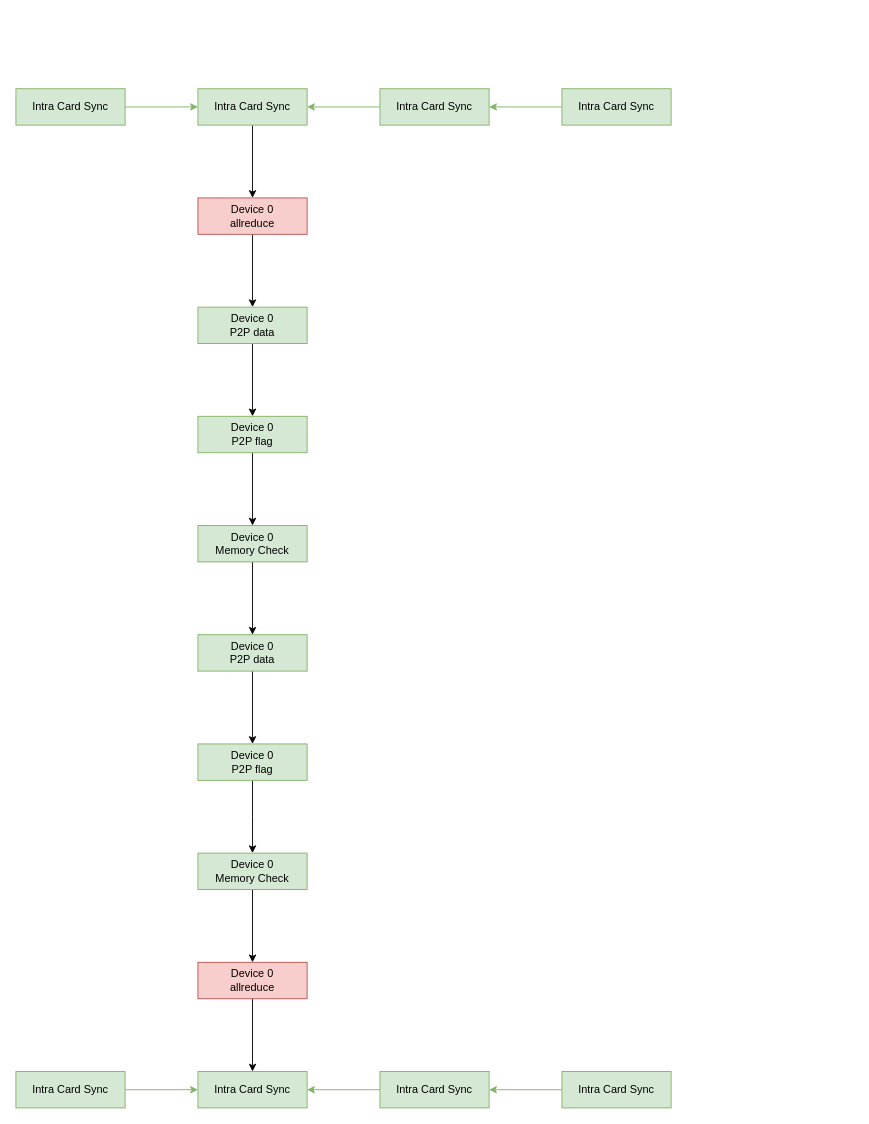
The draw.io diagram TCCL/TCCL_SYNC/DeviceSyncLatency.drawio in BEYHHH/SBLP, before the edit. Source tidied: cells renumbered, new cells numbered last; positions are measured from the earlier drawing's top-left corner, leaving out a move shared by most shapes. Both pictures are drawn from the tidied source at 91%, with x=0, y=0 at pixel (15, 88).
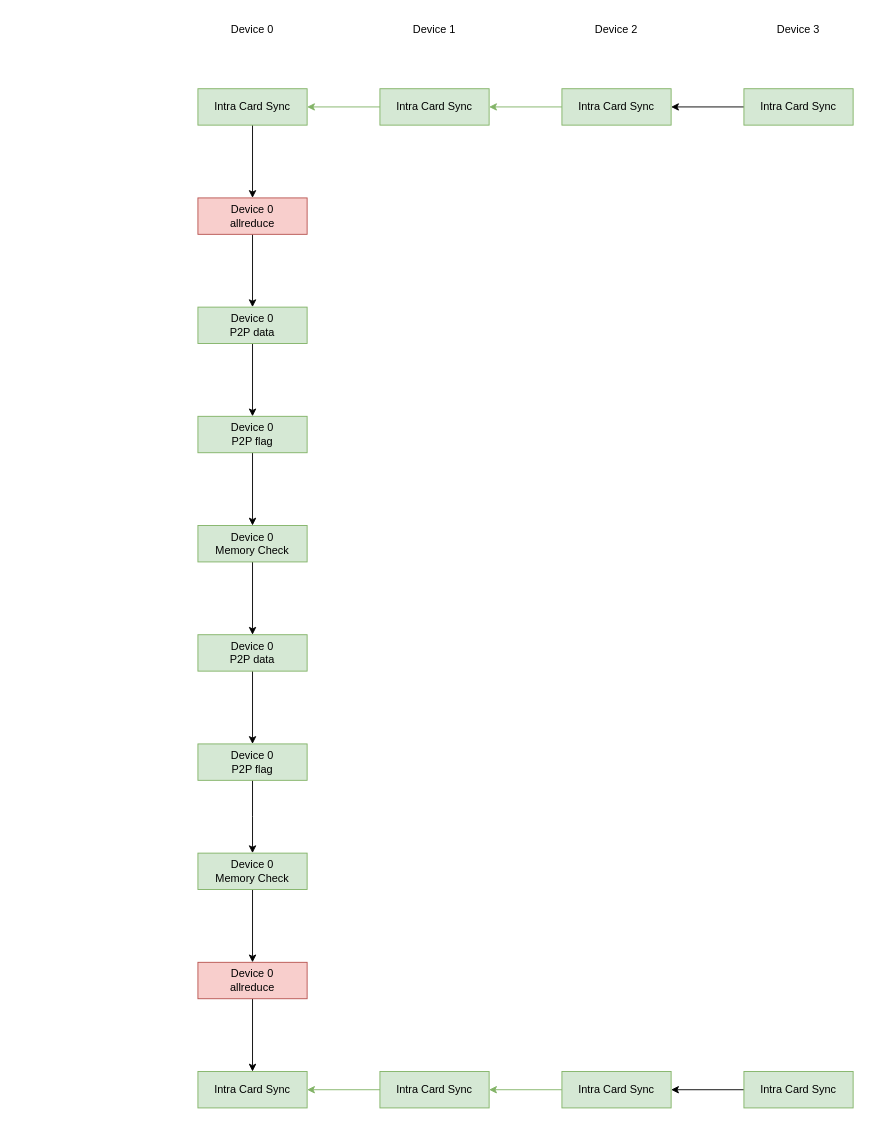
Above is the later version.

Unchanged cells that the change refers to:
```xml
<mxCell id="3" value="Intra Card Sync" style="rounded=0;whiteSpace=wrap;html=1;fillColor=#d5e8d4;strokeColor=#82b366;" parent="1" vertex="1">
  <mxGeometry x="200" width="120" height="40" as="geometry" />
</mxCell>
<mxCell id="17" value="Intra Card Sync" style="rounded=0;whiteSpace=wrap;html=1;fillColor=#d5e8d4;strokeColor=#82b366;" parent="1" vertex="1">
  <mxGeometry x="600" width="120" height="40" as="geometry" />
</mxCell>
<mxCell id="24" value="Intra Card Sync" style="rounded=0;whiteSpace=wrap;html=1;fillColor=#d5e8d4;strokeColor=#82b366;" parent="1" vertex="1">
  <mxGeometry x="200" y="1080" width="120" height="40" as="geometry" />
</mxCell>
<mxCell id="28" value="Intra Card Sync" style="rounded=0;whiteSpace=wrap;html=1;fillColor=#d5e8d4;strokeColor=#82b366;" parent="1" vertex="1">
  <mxGeometry x="600" y="1080" width="120" height="40" as="geometry" />
</mxCell>
```

What changed in the source:
```diff
@@
-    <mxCell id="18" style="edgeStyle=orthogonalEdgeStyle;rounded=0;jettySize=auto;html=1;fillColor=#d5e8d4;strokeColor=#82b366;" parent="1" edge="1" source="19" target="3">
-      <mxGeometry relative="1" as="geometry" />
-    </mxCell>
-    <mxCell id="19" value="Intra Card Sync" style="rounded=0;whiteSpace=wrap;html=1;fillColor=#d5e8d4;strokeColor=#82b366;" parent="1" vertex="1">
-      <mxGeometry width="120" height="40" as="geometry" />
-    </mxCell>
@@
-    <mxCell id="29" style="edgeStyle=orthogonalEdgeStyle;rounded=0;jettySize=auto;html=1;fillColor=#d5e8d4;strokeColor=#82b366;" parent="1" edge="1" source="30" target="24">
-      <mxGeometry relative="1" as="geometry" />
-    </mxCell>
-    <mxCell id="30" value="Intra Card Sync" style="rounded=0;whiteSpace=wrap;html=1;fillColor=#d5e8d4;strokeColor=#82b366;" parent="1" vertex="1">
-      <mxGeometry y="1080" width="120" height="40" as="geometry" />
-    </mxCell>
@@
+    <mxCell id="33" style="edgeStyle=orthogonalEdgeStyle;rounded=0;jettySize=auto;html=1;" parent="1" edge="1" source="34" target="17">
+      <mxGeometry relative="1" as="geometry" />
+    </mxCell>
+    <mxCell id="34" value="Intra Card Sync" style="rounded=0;whiteSpace=wrap;html=1;fillColor=#d5e8d4;strokeColor=#82b366;" parent="1" vertex="1">
+      <mxGeometry x="800" width="120" height="40" as="geometry" />
+    </mxCell>
+    <mxCell id="35" style="edgeStyle=orthogonalEdgeStyle;rounded=0;jettySize=auto;html=1;" parent="1" edge="1" source="36" target="28">
+      <mxGeometry relative="1" as="geometry" />
+    </mxCell>
+    <mxCell id="36" value="Intra Card Sync" style="rounded=0;whiteSpace=wrap;html=1;fillColor=#d5e8d4;strokeColor=#82b366;" parent="1" vertex="1">
+      <mxGeometry x="800" y="1080" width="120" height="40" as="geometry" />
+    </mxCell>
+    <mxCell id="37" value="Device 0" style="text;html=1;strokeColor=none;fillColor=none;align=center;verticalAlign=middle;whiteSpace=wrap;rounded=0;" parent="1" vertex="1">
+      <mxGeometry x="230" y="-80" width="60" height="30" as="geometry" />
+    </mxCell>
+    <mxCell id="38" value="Device 1" style="text;html=1;strokeColor=none;fillColor=none;align=center;verticalAlign=middle;whiteSpace=wrap;rounded=0;" parent="1" vertex="1">
+      <mxGeometry x="430" y="-80" width="60" height="30" as="geometry" />
+    </mxCell>
+    <mxCell id="39" value="Device 2" style="text;html=1;strokeColor=none;fillColor=none;align=center;verticalAlign=middle;whiteSpace=wrap;rounded=0;" parent="1" vertex="1">
+      <mxGeometry x="630" y="-80" width="60" height="30" as="geometry" />
+    </mxCell>
+    <mxCell id="40" value="Device 3" style="text;html=1;strokeColor=none;fillColor=none;align=center;verticalAlign=middle;whiteSpace=wrap;rounded=0;" parent="1" vertex="1">
+      <mxGeometry x="830" y="-80" width="60" height="30" as="geometry" />
+    </mxCell>
```
